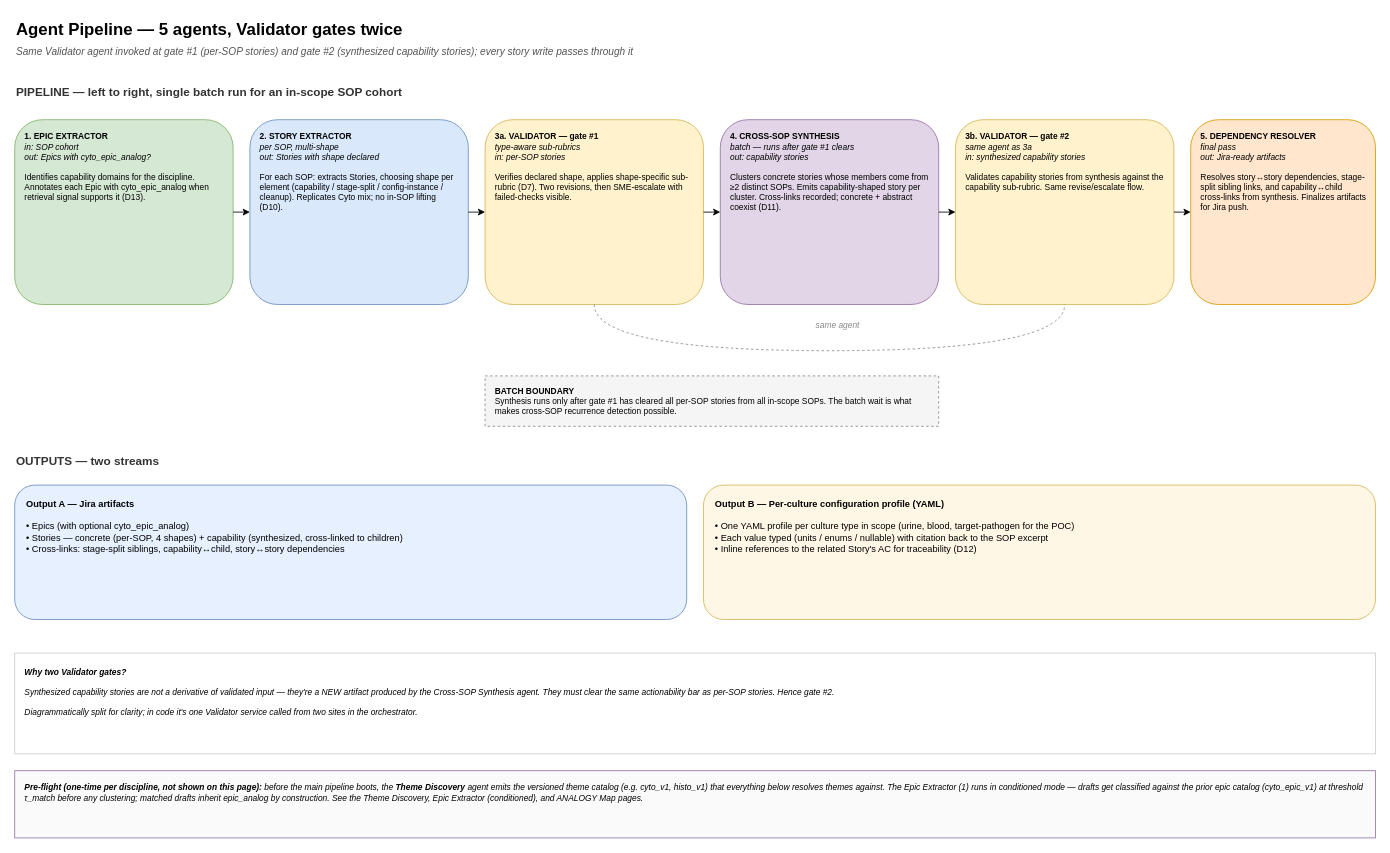
This is page "Agent Pipeline" (3 of 13) of microbio_lims_architecture_v32.drawio from Rajneesh-Tiwari/LabReq_agent, a draw.io file, before an edit. Source tidied: cells renumbered, new cells numbered last; positions are measured from the earlier drawing's top-left corner, leaving out a move shared by most shapes. Both pictures are drawn from the tidied source at 84%, with x=0, y=0 at pixel (14, 14).
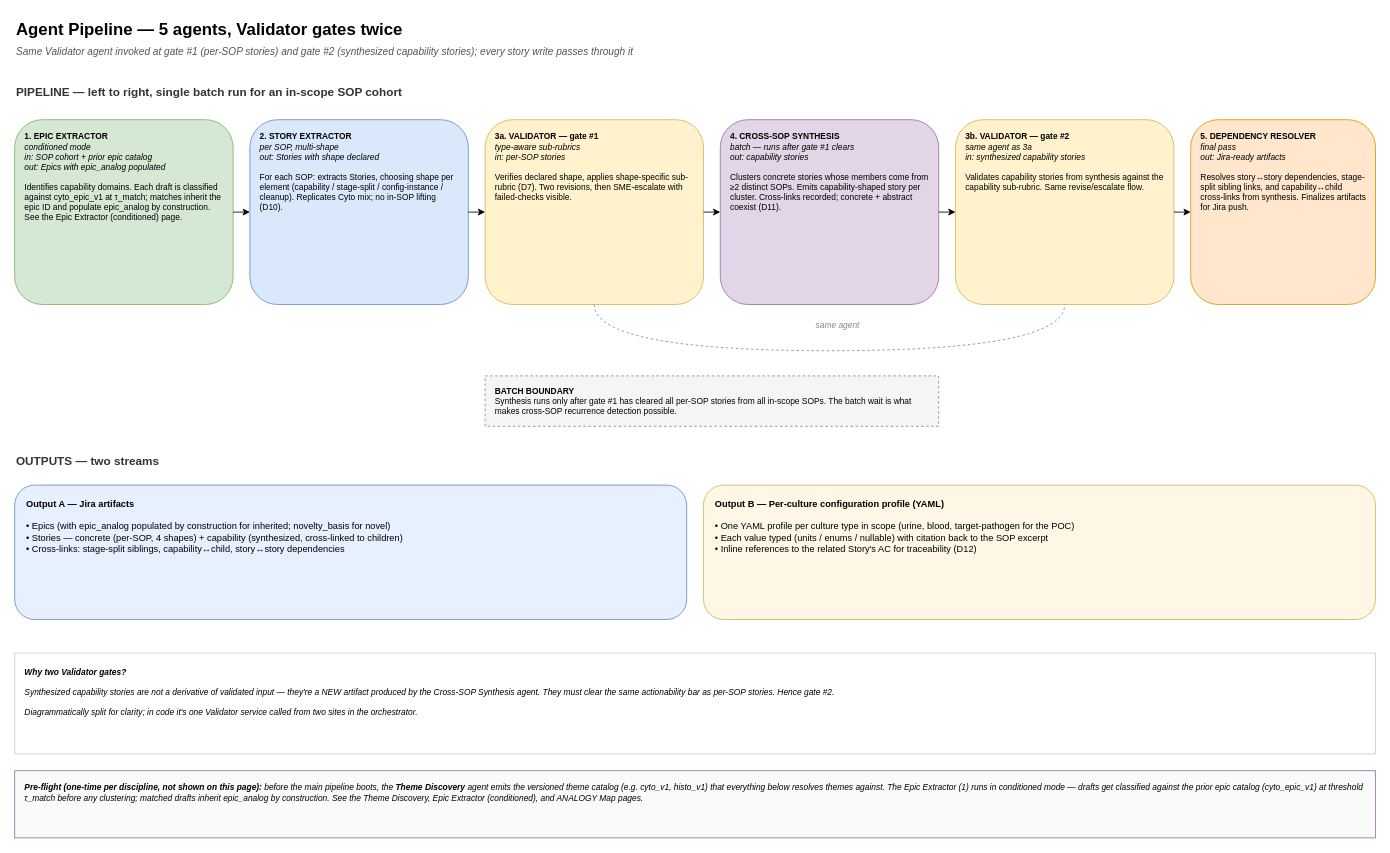
The same diagram, later.

The edit, as a diff of the source:
```diff
@@
-    <mxCell id="5" value="&lt;b&gt;1. EPIC EXTRACTOR&lt;/b&gt;&#10;&lt;i&gt;in: SOP cohort&lt;/i&gt;&#10;&lt;i&gt;out: Epics with cyto_epic_analog?&lt;/i&gt;&#10;&#10;Identifies capability domains for the discipline. Annotates each Epic with cyto_epic_analog when retrieval signal supports it (D13)." style="rounded=1;whiteSpace=wrap;html=1;fillColor=#d5e8d4;strokeColor=#82b366;fontSize=10;align=left;verticalAlign=top;spacingLeft=10;spacingTop=8;spacingRight=10;" parent="1" vertex="1">
+    <mxCell id="5" value="&lt;b&gt;1. EPIC EXTRACTOR&lt;/b&gt;&#10;&lt;i&gt;conditioned mode&lt;/i&gt;&#10;&lt;i&gt;in: SOP cohort + prior epic catalog&lt;/i&gt;&#10;&lt;i&gt;out: Epics with epic_analog populated&lt;/i&gt;&#10;&#10;Identifies capability domains. Each draft is classified against cyto_epic_v1 at τ_match; matches inherit the epic ID and populate epic_analog by construction. See the Epic Extractor (conditioned) page." style="rounded=1;whiteSpace=wrap;html=1;fillColor=#d5e8d4;strokeColor=#82b366;fontSize=10;align=left;verticalAlign=top;spacingLeft=10;spacingTop=8;spacingRight=10;" parent="1" vertex="1">
       <mxGeometry y="125" width="260" height="220" as="geometry" />
     </mxCell>
@@
-    <mxCell id="20" value="&lt;b&gt;Output A — Jira artifacts&lt;/b&gt;&#10;&#10;• Epics (with optional cyto_epic_analog)&#10;• Stories — concrete (per-SOP, 4 shapes) + capability (synthesized, cross-linked to children)&#10;• Cross-links: stage-split siblings, capability↔child, story↔story dependencies" style="rounded=1;whiteSpace=wrap;html=1;fillColor=#e6f0ff;strokeColor=#6c8ebf;fontSize=11;align=left;verticalAlign=top;spacingLeft=12;spacingTop=10;spacingRight=12;" parent="1" vertex="1">
+    <mxCell id="20" value="&lt;b&gt;Output A — Jira artifacts&lt;/b&gt;&#10;&#10;• Epics (with epic_analog populated by construction for inherited; novelty_basis for novel)&#10;• Stories — concrete (per-SOP, 4 shapes) + capability (synthesized, cross-linked to children)&#10;• Cross-links: stage-split siblings, capability↔child, story↔story dependencies" style="rounded=1;whiteSpace=wrap;html=1;fillColor=#e6f0ff;strokeColor=#6c8ebf;fontSize=11;align=left;verticalAlign=top;spacingLeft=12;spacingTop=10;spacingRight=12;" parent="1" vertex="1">
       <mxGeometry y="560" width="800" height="160" as="geometry" />
     </mxCell>
```
